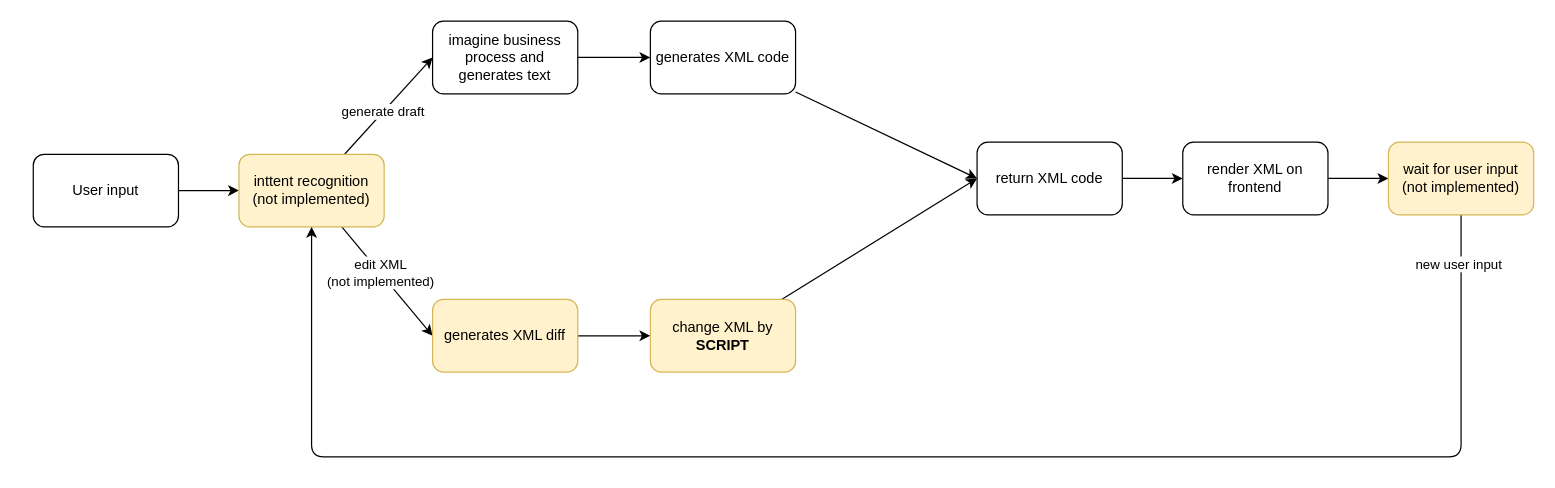
Above: src/ai_generation/agent.drawio in PigStep/Vibe-BPMN-studio (draw.io), before the change. Source tidied: cells renumbered, new cells numbered last; positions are measured from the earlier drawing's top-left corner, leaving out a move shared by most shapes. Both pictures are drawn from the tidied source at 121%, with x=0, y=0 at pixel (33, 21).
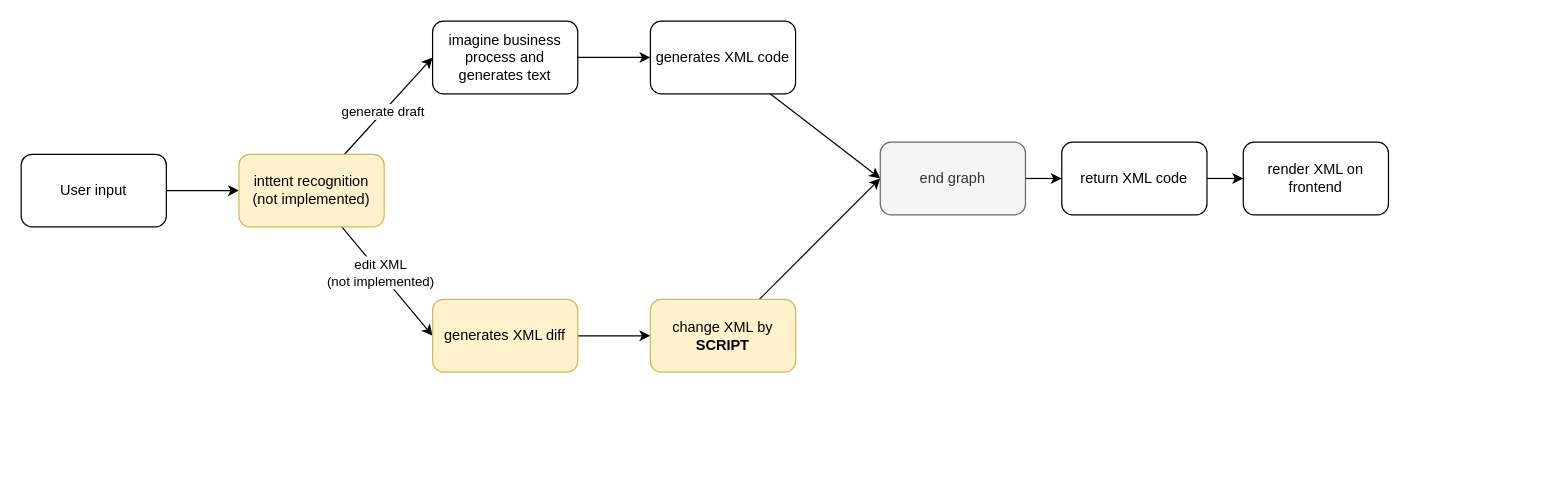
After the change.

The change refers to these unchanged cells:
```xml
<mxCell id="8" value="inttent recognition&lt;br&gt;(not implemented)" style="rounded=1;whiteSpace=wrap;html=1;fillColor=#fff2cc;strokeColor=#d6b656;" parent="1" vertex="1">
  <mxGeometry x="170" y="110" width="120" height="60" as="geometry" />
</mxCell>
<mxCell id="14" value="generates XML code" style="rounded=1;whiteSpace=wrap;html=1;" parent="1" vertex="1">
  <mxGeometry x="510" width="120" height="60" as="geometry" />
</mxCell>
<mxCell id="20" value="change XML by &lt;b&gt;SCRIPT&lt;/b&gt;" style="rounded=1;whiteSpace=wrap;html=1;fillColor=#fff2cc;strokeColor=#d6b656;" parent="1" vertex="1">
  <mxGeometry x="510" y="230" width="120" height="60" as="geometry" />
</mxCell>
```

Change to the diagram source:
```diff
@@
     <mxCell id="3" value="User input" style="rounded=1;whiteSpace=wrap;html=1;" parent="1" vertex="1">
-      <mxGeometry y="110" width="120" height="60" as="geometry" />
+      <mxGeometry x="-10" y="110" width="120" height="60" as="geometry" />
     </mxCell>
@@
-    <mxCell id="13" style="edgeStyle=none;html=1;entryX=0;entryY=0.5;entryDx=0;entryDy=0;" parent="1" edge="1" source="14" target="16">
+    <mxCell id="13" style="edgeStyle=none;html=1;entryX=0;entryY=0.5;entryDx=0;entryDy=0;" parent="1" edge="1" source="14" target="25">
       <mxGeometry relative="1" as="geometry" />
     </mxCell>
@@
     <mxCell id="16" value="return XML code" style="rounded=1;whiteSpace=wrap;html=1;" parent="1" vertex="1">
-      <mxGeometry x="780" y="100" width="120" height="60" as="geometry" />
+      <mxGeometry x="850" y="100" width="120" height="60" as="geometry" />
     </mxCell>
-    <mxCell id="17" style="edgeStyle=none;html=1;" parent="1" edge="1" source="18" target="23">
-      <mxGeometry relative="1" as="geometry" />
-    </mxCell>
     <mxCell id="18" value="render XML on frontend" style="rounded=1;whiteSpace=wrap;html=1;" parent="1" vertex="1">
-      <mxGeometry x="950" y="100" width="120" height="60" as="geometry" />
+      <mxGeometry x="1000" y="100" width="120" height="60" as="geometry" />
     </mxCell>
-    <mxCell id="19" style="edgeStyle=none;html=1;entryX=0;entryY=0.5;entryDx=0;entryDy=0;" parent="1" edge="1" source="20" target="16">
+    <mxCell id="19" style="edgeStyle=none;html=1;entryX=0;entryY=0.5;entryDx=0;entryDy=0;" parent="1" edge="1" source="20" target="25">
       <mxGeometry relative="1" as="geometry" />
     </mxCell>
@@
-    <mxCell id="21" style="edgeStyle=none;html=1;entryX=0.5;entryY=1;entryDx=0;entryDy=0;" parent="1" edge="1" source="23" target="8">
-      <mxGeometry relative="1" as="geometry">
-        <Array as="points">
-          <mxPoint x="1180" y="360" />
-          <mxPoint x="230" y="360" />
-        </Array>
-      </mxGeometry>
-    </mxCell>
-    <mxCell id="22" value="new user input" style="edgeLabel;html=1;align=center;verticalAlign=middle;" parent="21" vertex="1">
-      <mxGeometry x="-0.1" y="2" relative="1" as="geometry">
-        <mxPoint x="400" y="-162" as="offset" />
-      </mxGeometry>
-    </mxCell>
-    <mxCell id="23" value="wait for user input&lt;br&gt;(not implemented)" style="rounded=1;whiteSpace=wrap;html=1;fillColor=#fff2cc;strokeColor=#d6b656;" parent="1" vertex="1">
-      <mxGeometry x="1120" y="100" width="120" height="60" as="geometry" />
-    </mxCell>
+    <mxCell id="24" style="edgeStyle=none;html=1;" parent="1" edge="1" source="25" target="16">
+      <mxGeometry relative="1" as="geometry" />
+    </mxCell>
+    <mxCell id="25" value="end graph" style="rounded=1;whiteSpace=wrap;html=1;fillColor=#f5f5f5;strokeColor=#666666;fontColor=#333333;" parent="1" vertex="1">
+      <mxGeometry x="700" y="100" width="120" height="60" as="geometry" />
+    </mxCell>
```
